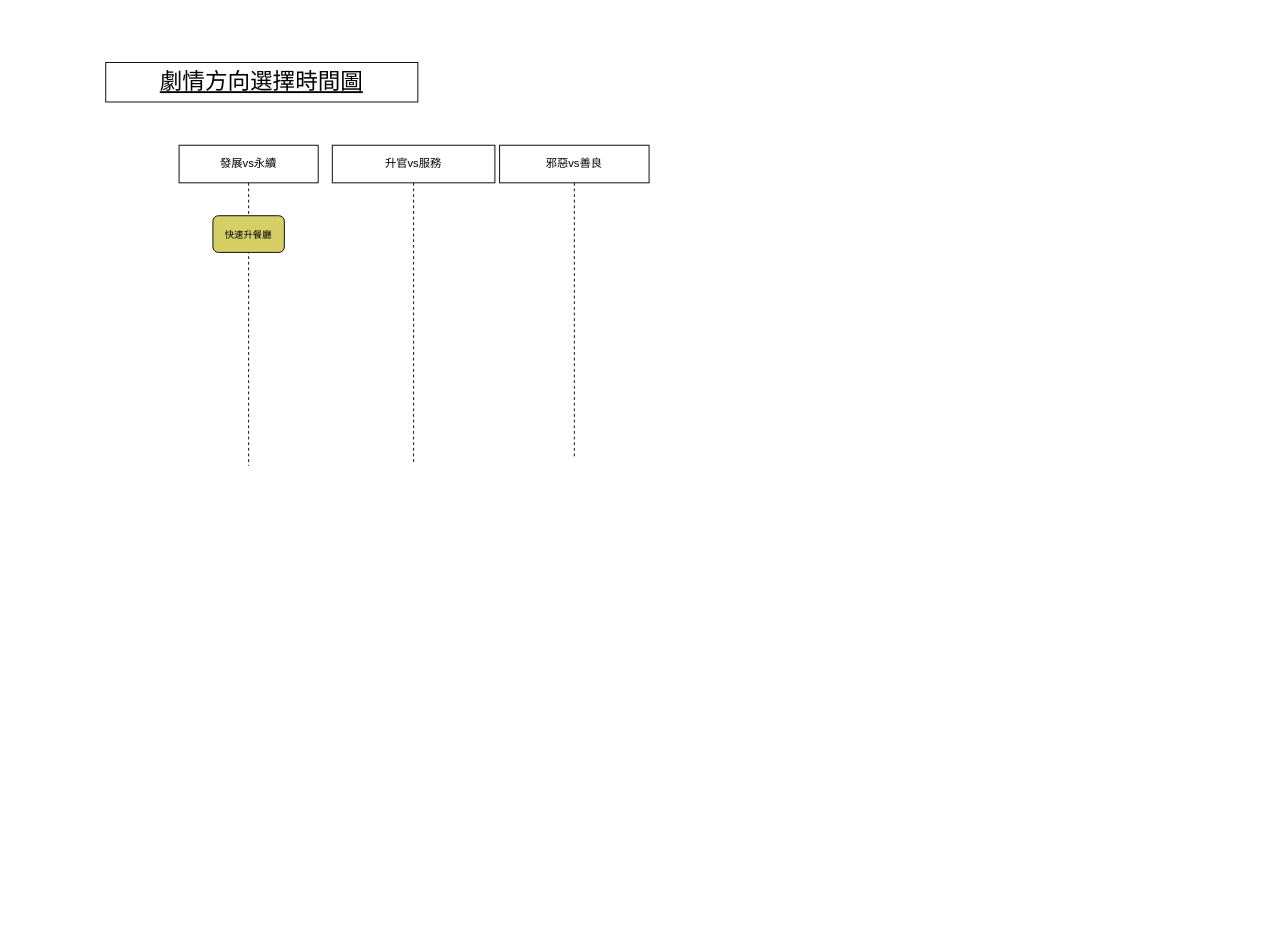
The draw.io diagram page "劇情發展結構" (1 of 2) of Nourishverse_storyDesign_draft_1.drawio in BalaGuava/NourishverseI, before the edit. Source tidied: cells renumbered, new cells numbered last; positions are measured from the earlier drawing's top-left corner, leaving out a move shared by most shapes. Both pictures are drawn from the tidied source at 94%, with x=0, y=0 at pixel (105, 62).
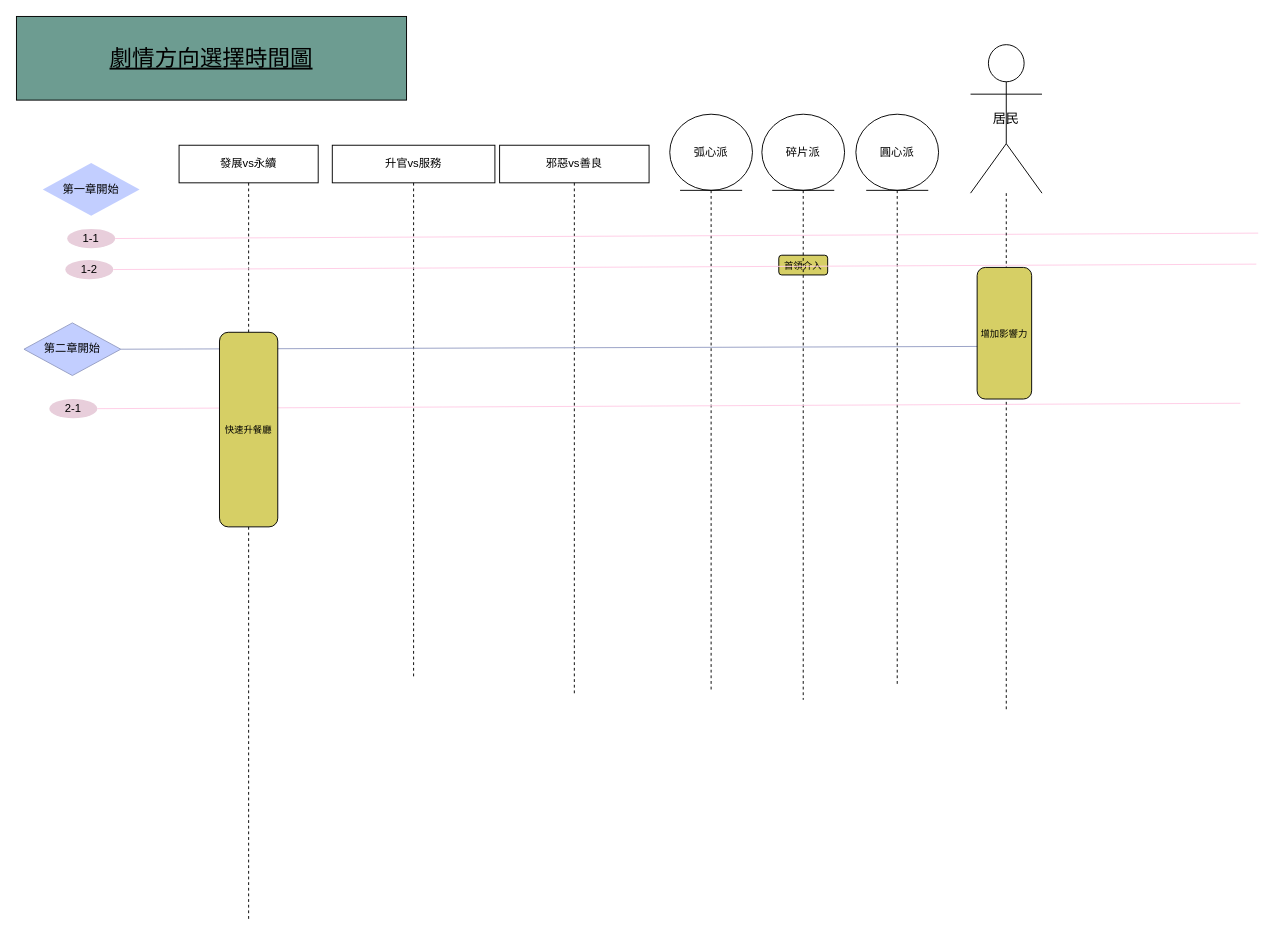
Above is the later version.

The edit, as a diff of the source:
```diff
@@
     <mxCell id="2" value="發展vs永續" style="shape=umlLifeline;perimeter=lifelinePerimeter;whiteSpace=wrap;html=1;newEdgeStyle={&quot;curved&quot;:0,&quot;rounded&quot;:0};" parent="1" vertex="1">
-      <mxGeometry x="78" y="88" width="148" height="341" as="geometry" />
+      <mxGeometry x="78" y="88" width="148" height="825" as="geometry" />
     </mxCell>
     <mxCell id="3" value="升官vs服務" style="shape=umlLifeline;perimeter=lifelinePerimeter;whiteSpace=wrap;html=1;newEdgeStyle={&quot;curved&quot;:0,&quot;rounded&quot;:0};" parent="1" vertex="1">
-      <mxGeometry x="241" y="88" width="173" height="340" as="geometry" />
+      <mxGeometry x="241" y="88" width="173" height="565" as="geometry" />
     </mxCell>
     <mxCell id="4" value="邪惡vs善良" style="shape=umlLifeline;perimeter=lifelinePerimeter;whiteSpace=wrap;html=1;newEdgeStyle={&quot;curved&quot;:0,&quot;rounded&quot;:0};" parent="1" vertex="1">
-      <mxGeometry x="419" y="88" width="159" height="332" as="geometry" />
+      <mxGeometry x="419" y="88" width="159" height="583" as="geometry" />
     </mxCell>
+    <mxCell id="6" value="&lt;font style=&quot;font-size: 24px;&quot;&gt;&lt;u&gt;劇情方向選擇時間圖&lt;/u&gt;&lt;/font&gt;" style="rounded=0;whiteSpace=wrap;html=1;fillColor=#6D9C91;" parent="1" vertex="1">
+      <mxGeometry x="-95" y="-49" width="415" height="89" as="geometry" />
+    </mxCell>
+    <mxCell id="7" value="弧心派" style="shape=umlLifeline;perimeter=lifelinePerimeter;whiteSpace=wrap;html=1;newEdgeStyle={&quot;curved&quot;:0,&quot;rounded&quot;:0};participant=umlEntity;size=81;" parent="1" vertex="1">
+      <mxGeometry x="600" y="55" width="88" height="615" as="geometry" />
+    </mxCell>
+    <mxCell id="8" value="&lt;span style=&quot;font-size: 10px;&quot;&gt;首領介入&lt;/span&gt;" style="rounded=1;whiteSpace=wrap;html=1;fillColor=#D6CF65;" parent="1" vertex="1">
+      <mxGeometry x="716" y="205" width="52" height="21" as="geometry" />
+    </mxCell>
+    <mxCell id="9" value="碎片派" style="shape=umlLifeline;perimeter=lifelinePerimeter;whiteSpace=wrap;html=1;newEdgeStyle={&quot;curved&quot;:0,&quot;rounded&quot;:0};participant=umlEntity;size=81;" parent="1" vertex="1">
+      <mxGeometry x="698" y="55" width="88" height="623" as="geometry" />
+    </mxCell>
+    <mxCell id="10" style="group;strokeColor=none;" parent="1" vertex="1">
+      <mxGeometry x="-41" y="177" width="1267" height="20.5" as="geometry" />
+    </mxCell>
+    <mxCell id="11" value="1-1" style="ellipse;whiteSpace=wrap;html=1;fillColor=#E8CEDB;strokeColor=none;" parent="10" vertex="1">
+      <mxGeometry width="51" height="20.5" as="geometry" />
+    </mxCell>
+    <mxCell id="12" style="endArrow=none;html=1;rounded=0;exitX=1;exitY=0.5;exitDx=0;exitDy=0;strokeColor=#FFCCE6;" parent="10" edge="1" source="11">
+      <mxGeometry relative="1" as="geometry">
+        <mxPoint x="1267" y="4.5" as="targetPoint" />
+      </mxGeometry>
+    </mxCell>
+    <mxCell id="13" value="圓心派" style="shape=umlLifeline;perimeter=lifelinePerimeter;whiteSpace=wrap;html=1;newEdgeStyle={&quot;curved&quot;:0,&quot;rounded&quot;:0};participant=umlEntity;size=81;" parent="1" vertex="1">
+      <mxGeometry x="798" y="55" width="88" height="606" as="geometry" />
+    </mxCell>
+    <mxCell id="14" style="group;strokeColor=none;" parent="1" vertex="1">
+      <mxGeometry x="-43" y="210" width="1267" height="20.5" as="geometry" />
+    </mxCell>
+    <mxCell id="15" value="1-2" style="ellipse;whiteSpace=wrap;html=1;fillColor=#E8CEDB;strokeColor=none;" parent="14" vertex="1">
+      <mxGeometry width="51" height="20.5" as="geometry" />
+    </mxCell>
+    <mxCell id="16" style="endArrow=none;html=1;rounded=0;exitX=1;exitY=0.5;exitDx=0;exitDy=0;strokeColor=#FFCCE6;" parent="14" edge="1" source="15">
+      <mxGeometry relative="1" as="geometry">
+        <mxPoint x="1267" y="4.5" as="targetPoint" />
+      </mxGeometry>
+    </mxCell>
+    <mxCell id="17" value="第一章開始" style="rhombus;whiteSpace=wrap;html=1;fillColor=#C2CEFF;strokeColor=none;" parent="1" vertex="1">
+      <mxGeometry x="-67" y="107" width="103" height="56" as="geometry" />
+    </mxCell>
+    <mxCell id="18" style="group;" parent="1" vertex="1">
+      <mxGeometry x="-87" y="277" width="1294" height="110" as="geometry" />
+    </mxCell>
+    <mxCell id="19" value="第二章開始" style="rhombus;whiteSpace=wrap;html=1;fillColor=#C2CEFF;strokeColor=#969EC4;" parent="18" vertex="1">
+      <mxGeometry width="103" height="56" as="geometry" />
+    </mxCell>
+    <mxCell id="20" style="endArrow=none;html=1;rounded=0;exitX=1;exitY=0.5;exitDx=0;exitDy=0;strokeColor=#969EC4;" parent="18" edge="1" source="19">
+      <mxGeometry relative="1" as="geometry">
+        <mxPoint x="1033" y="25" as="targetPoint" />
+      </mxGeometry>
+    </mxCell>
+    <mxCell id="21" style="group;strokeColor=none;" parent="18" vertex="1">
+      <mxGeometry x="27" y="81" width="1267" height="20.5" as="geometry" />
+    </mxCell>
+    <mxCell id="22" value="2-1" style="ellipse;whiteSpace=wrap;html=1;fillColor=#E8CEDB;strokeColor=none;" parent="21" vertex="1">
+      <mxGeometry width="51" height="20.5" as="geometry" />
+    </mxCell>
+    <mxCell id="23" style="endArrow=none;html=1;rounded=0;exitX=1;exitY=0.5;exitDx=0;exitDy=0;strokeColor=#FFCCE6;" parent="21" edge="1" source="22">
+      <mxGeometry relative="1" as="geometry">
+        <mxPoint x="1267" y="4.5" as="targetPoint" />
+      </mxGeometry>
+    </mxCell>
     <mxCell id="5" value="&lt;font style=&quot;font-size: 10px;&quot;&gt;快速升餐廳&lt;/font&gt;" style="rounded=1;whiteSpace=wrap;html=1;fillColor=#D6CF65;" parent="1" vertex="1">
-      <mxGeometry x="114" y="163" width="76" height="39" as="geometry" />
+      <mxGeometry x="121" y="287" width="62" height="207" as="geometry" />
     </mxCell>
-    <mxCell id="6" value="&lt;font style=&quot;font-size: 24px;&quot;&gt;&lt;u&gt;劇情方向選擇時間圖&lt;/u&gt;&lt;/font&gt;" style="rounded=0;whiteSpace=wrap;html=1;" parent="1" vertex="1">
-      <mxGeometry width="332" height="42" as="geometry" />
-    </mxCell>
+    <mxCell id="24" value="&lt;font style=&quot;font-size: 14px;&quot;&gt;居民&lt;/font&gt;" style="shape=umlLifeline;perimeter=lifelinePerimeter;whiteSpace=wrap;html=1;newEdgeStyle={&quot;curved&quot;:0,&quot;rounded&quot;:0};participant=umlActor;size=158;" parent="1" vertex="1">
+      <mxGeometry x="920" y="-19" width="76" height="710" as="geometry" />
+    </mxCell>
+    <mxCell id="25" value="&lt;font style=&quot;font-size: 10px;&quot;&gt;增加影響力&lt;/font&gt;" style="rounded=1;whiteSpace=wrap;html=1;fillColor=#D6CF65;" parent="1" vertex="1">
+      <mxGeometry x="927" y="218" width="58" height="140" as="geometry" />
+    </mxCell>
```
